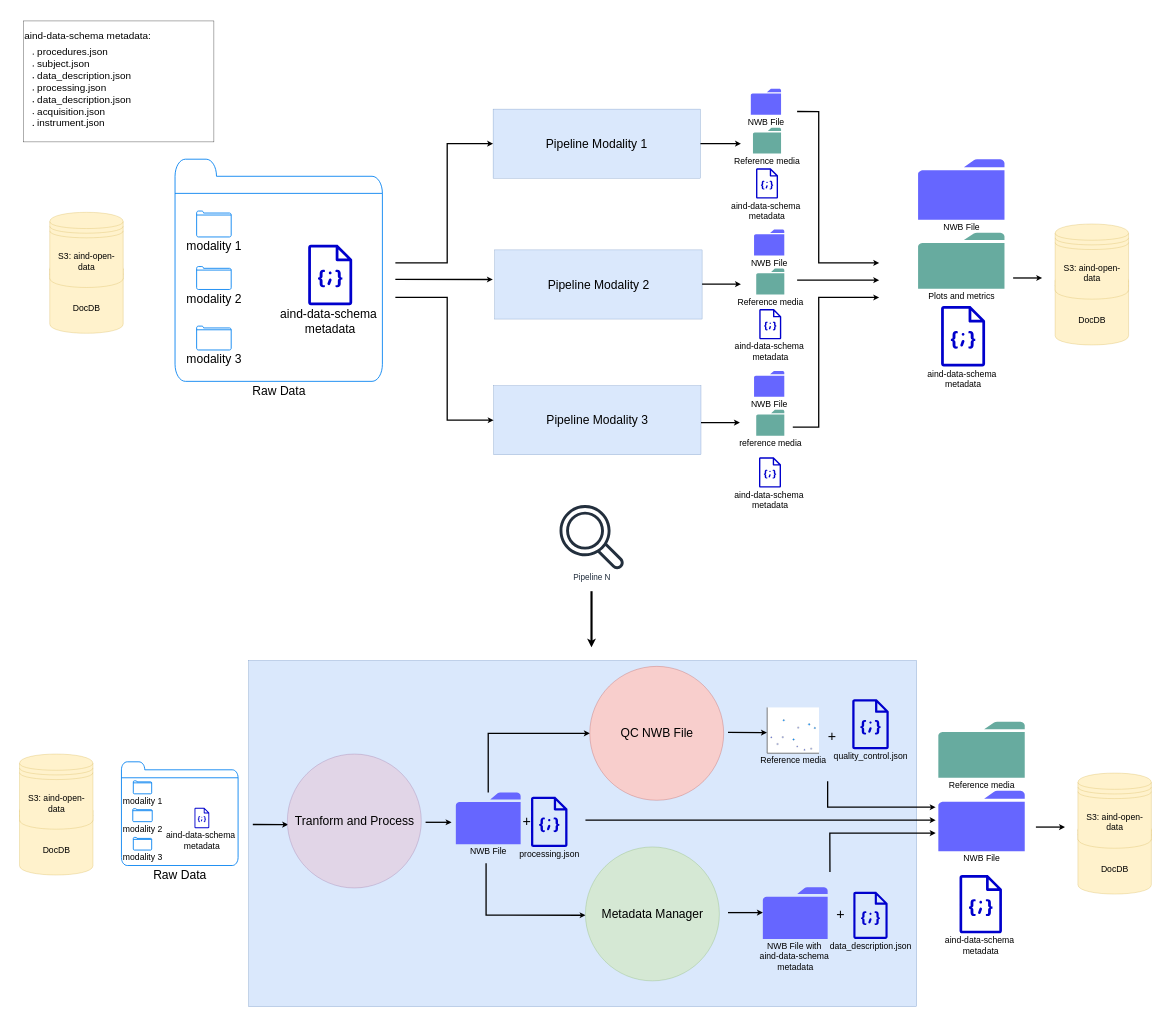
The draw.io diagram docs/source/diagrams/mid_level/codeocean_pipeline_diagram.drawio in AllenNeuralDynamics/aind-software-docs, before the edit. Source tidied: cells renumbered, new cells numbered last; positions are measured from the earlier drawing's top-left corner, leaving out a move shared by most shapes. Both pictures are drawn from the tidied source at 32%, with x=0, y=0 at pixel (19, 21).
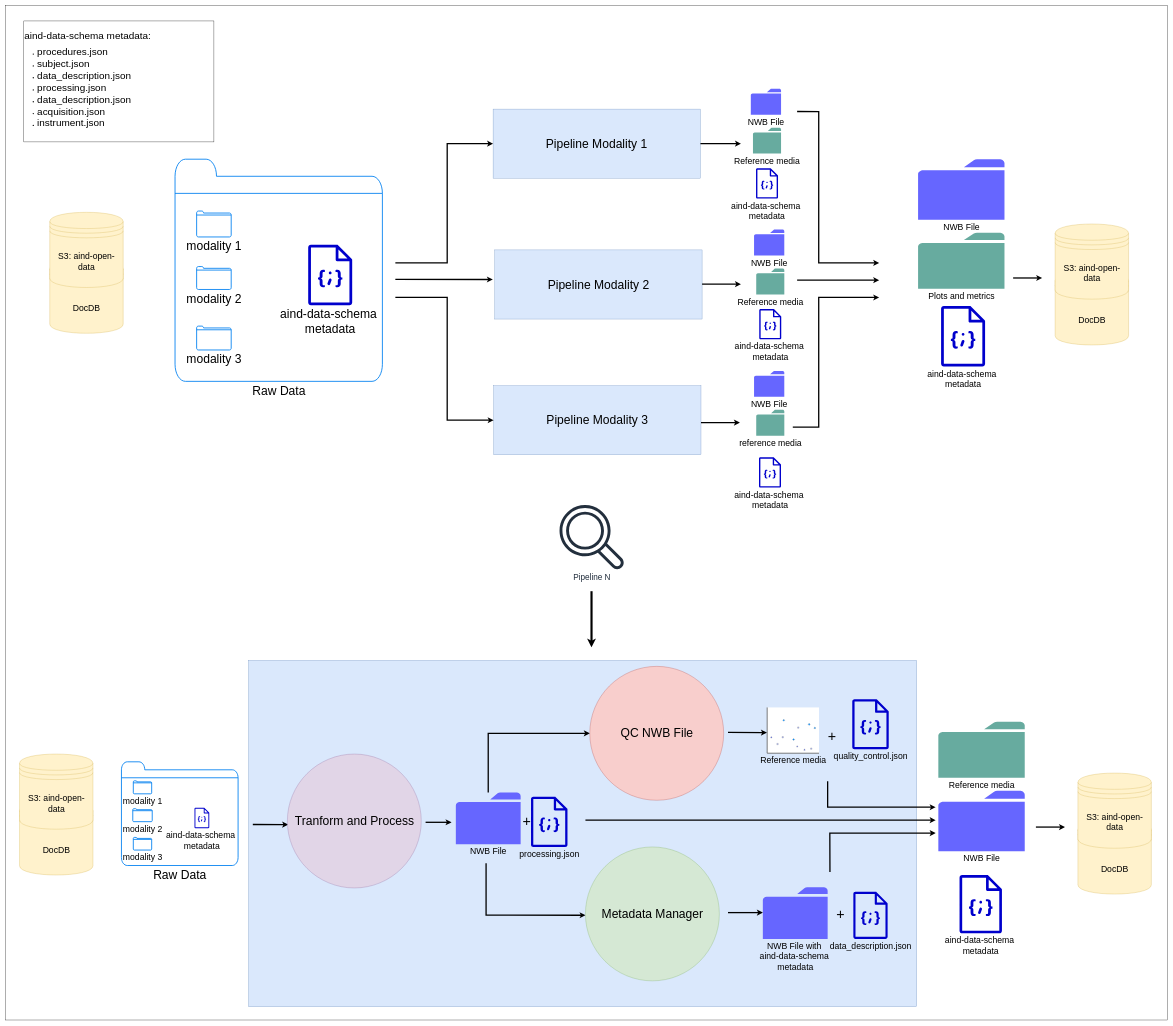
After the change.

Diff of the diagram source:
```diff
@@
+    <mxCell id="74" style="rounded=0;whiteSpace=wrap;html=1;" parent="1" vertex="1">
+      <mxGeometry x="-43" y="-48" width="3630" height="3170" as="geometry" />
+    </mxCell>
```
